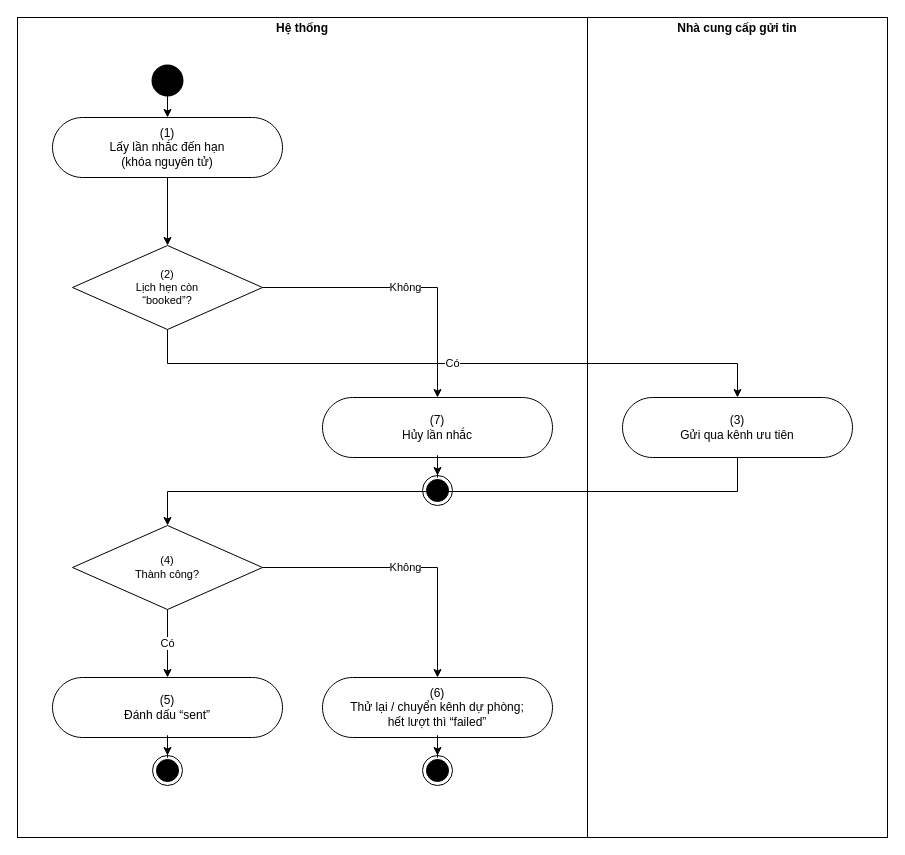
Earlier version of the draw.io diagram page "UC 51 Send the appointment reminder" (2 of 8) of docs/02-requirements/srs/dist/diagrams/10-activity-system.drawio (viethung12062005/smart-hospital-platform). Source tidied: cells renumbered, new cells numbered last; positions are measured from the earlier drawing's top-left corner, leaving out a move shared by most shapes. Both pictures are drawn from the tidied source at 100%, with x=0, y=0 at pixel (17, 17).
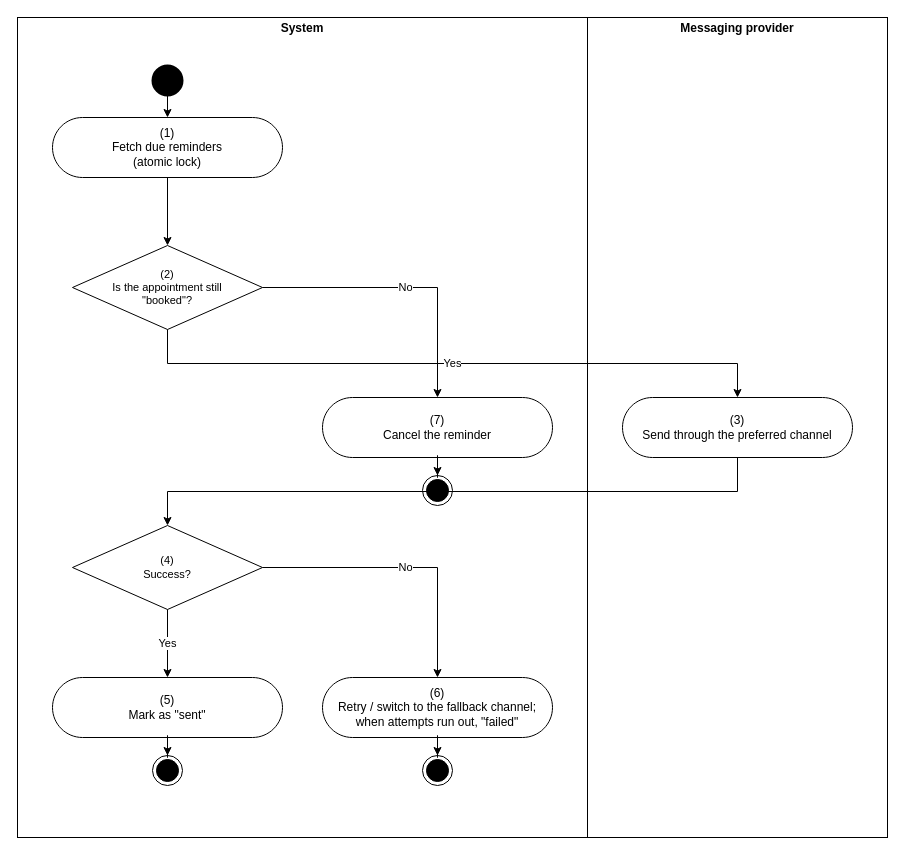
After the change.

Change to the diagram source:
```diff
@@
-    <mxCell id="2" value="&lt;p style=&quot;margin:0px;margin-top:4px;text-align:center&quot;&gt;&lt;b&gt;Hệ thống&lt;/b&gt;&lt;/p&gt;" style="verticalAlign=top;align=left;overflow=fill;fontSize=12;fontFamily=Helvetica;html=1;rounded=0;shadow=0;strokeColor=#000000;gradientColor=none;whiteSpace=wrap;" parent="1" vertex="1">
+    <mxCell id="2" value="&lt;p style=&quot;margin:0px;margin-top:4px;text-align:center&quot;&gt;&lt;b&gt;System&lt;/b&gt;&lt;/p&gt;" style="verticalAlign=top;align=left;overflow=fill;fontSize=12;fontFamily=Helvetica;html=1;rounded=0;shadow=0;strokeColor=#000000;gradientColor=none;whiteSpace=wrap;" parent="1" vertex="1">
       <mxGeometry width="570" height="820" as="geometry" />
     </mxCell>
-    <mxCell id="3" value="&lt;p style=&quot;margin:0px;margin-top:4px;text-align:center&quot;&gt;&lt;b&gt;Nhà cung cấp gửi tin&lt;/b&gt;&lt;/p&gt;" style="verticalAlign=top;align=left;overflow=fill;fontSize=12;fontFamily=Helvetica;html=1;rounded=0;shadow=0;strokeColor=#000000;gradientColor=none;whiteSpace=wrap;" parent="1" vertex="1">
+    <mxCell id="3" value="&lt;p style=&quot;margin:0px;margin-top:4px;text-align:center&quot;&gt;&lt;b&gt;Messaging provider&lt;/b&gt;&lt;/p&gt;" style="verticalAlign=top;align=left;overflow=fill;fontSize=12;fontFamily=Helvetica;html=1;rounded=0;shadow=0;strokeColor=#000000;gradientColor=none;whiteSpace=wrap;" parent="1" vertex="1">
       <mxGeometry x="570" width="300" height="820" as="geometry" />
     </mxCell>
-    <mxCell id="4" value="(1)&lt;br&gt;Lấy lần nhắc đến hạn&lt;br&gt;(khóa nguyên tử)" style="html=1;dashed=0;whitespace=wrap;shape=mxgraph.dfd.start;rounded=0;shadow=0;strokeColor=#000000;gradientColor=none;whiteSpace=wrap;fontSize=12;" parent="1" vertex="1">
+    <mxCell id="4" value="(1)&lt;br&gt;Fetch due reminders&lt;br&gt;(atomic lock)" style="html=1;dashed=0;whitespace=wrap;shape=mxgraph.dfd.start;rounded=0;shadow=0;strokeColor=#000000;gradientColor=none;whiteSpace=wrap;fontSize=12;" parent="1" vertex="1">
       <mxGeometry x="35" y="100" width="230" height="60" as="geometry" />
     </mxCell>
-    <mxCell id="5" value="(2)&lt;br&gt;Lịch hẹn còn&lt;br&gt;“booked”?" style="rhombus;html=1;whiteSpace=wrap;strokeColor=#000000;fontSize=11;" parent="1" vertex="1">
+    <mxCell id="5" value="(2)&lt;br&gt;Is the appointment still&lt;br&gt;&amp;quot;booked&amp;quot;?" style="rhombus;html=1;whiteSpace=wrap;strokeColor=#000000;fontSize=11;" parent="1" vertex="1">
       <mxGeometry x="55" y="228" width="190" height="84" as="geometry" />
     </mxCell>
-    <mxCell id="6" value="(3)&lt;br&gt;Gửi qua kênh ưu tiên" style="html=1;dashed=0;whitespace=wrap;shape=mxgraph.dfd.start;rounded=0;shadow=0;strokeColor=#000000;gradientColor=none;whiteSpace=wrap;fontSize=12;" parent="1" vertex="1">
+    <mxCell id="6" value="(3)&lt;br&gt;Send through the preferred channel" style="html=1;dashed=0;whitespace=wrap;shape=mxgraph.dfd.start;rounded=0;shadow=0;strokeColor=#000000;gradientColor=none;whiteSpace=wrap;fontSize=12;" parent="1" vertex="1">
       <mxGeometry x="605" y="380" width="230" height="60" as="geometry" />
     </mxCell>
-    <mxCell id="7" value="(4)&lt;br&gt;Thành công?" style="rhombus;html=1;whiteSpace=wrap;strokeColor=#000000;fontSize=11;" parent="1" vertex="1">
+    <mxCell id="7" value="(4)&lt;br&gt;Success?" style="rhombus;html=1;whiteSpace=wrap;strokeColor=#000000;fontSize=11;" parent="1" vertex="1">
       <mxGeometry x="55" y="508" width="190" height="84" as="geometry" />
     </mxCell>
-    <mxCell id="8" value="(5)&lt;br&gt;Đánh dấu “sent”" style="html=1;dashed=0;whitespace=wrap;shape=mxgraph.dfd.start;rounded=0;shadow=0;strokeColor=#000000;gradientColor=none;whiteSpace=wrap;fontSize=12;" parent="1" vertex="1">
+    <mxCell id="8" value="(5)&lt;br&gt;Mark as &amp;quot;sent&amp;quot;" style="html=1;dashed=0;whitespace=wrap;shape=mxgraph.dfd.start;rounded=0;shadow=0;strokeColor=#000000;gradientColor=none;whiteSpace=wrap;fontSize=12;" parent="1" vertex="1">
       <mxGeometry x="35" y="660" width="230" height="60" as="geometry" />
     </mxCell>
-    <mxCell id="9" value="(6)&lt;br&gt;Thử lại / chuyển kênh dự phòng;&lt;br&gt;hết lượt thì “failed”" style="html=1;dashed=0;whitespace=wrap;shape=mxgraph.dfd.start;rounded=0;shadow=0;strokeColor=#000000;gradientColor=none;whiteSpace=wrap;fontSize=12;" parent="1" vertex="1">
+    <mxCell id="9" value="(6)&lt;br&gt;Retry / switch to the fallback channel;&lt;br&gt;when attempts run out, &amp;quot;failed&amp;quot;" style="html=1;dashed=0;whitespace=wrap;shape=mxgraph.dfd.start;rounded=0;shadow=0;strokeColor=#000000;gradientColor=none;whiteSpace=wrap;fontSize=12;" parent="1" vertex="1">
       <mxGeometry x="305" y="660" width="230" height="60" as="geometry" />
     </mxCell>
-    <mxCell id="10" value="(7)&lt;br&gt;Hủy lần nhắc" style="html=1;dashed=0;whitespace=wrap;shape=mxgraph.dfd.start;rounded=0;shadow=0;strokeColor=#000000;gradientColor=none;whiteSpace=wrap;fontSize=12;" parent="1" vertex="1">
+    <mxCell id="10" value="(7)&lt;br&gt;Cancel the reminder" style="html=1;dashed=0;whitespace=wrap;shape=mxgraph.dfd.start;rounded=0;shadow=0;strokeColor=#000000;gradientColor=none;whiteSpace=wrap;fontSize=12;" parent="1" vertex="1">
       <mxGeometry x="305" y="380" width="230" height="60" as="geometry" />
     </mxCell>
@@
-    <mxCell id="14" value="Có" style="edgeStyle=orthogonalEdgeStyle;rounded=0;jettySize=auto;html=1;exitX=0.5;exitY=1;exitDx=0;exitDy=0;entryX=0.5;entryY=0;entryDx=0;entryDy=0;" parent="1" edge="1" source="5" target="6">
+    <mxCell id="14" value="Yes" style="edgeStyle=orthogonalEdgeStyle;rounded=0;jettySize=auto;html=1;exitX=0.5;exitY=1;exitDx=0;exitDy=0;entryX=0.5;entryY=0;entryDx=0;entryDy=0;" parent="1" edge="1" source="5" target="6">
       <mxGeometry relative="1" as="geometry" />
     </mxCell>
-    <mxCell id="15" value="Không" style="edgeStyle=orthogonalEdgeStyle;rounded=0;jettySize=auto;html=1;exitX=1;exitY=0.5;exitDx=0;exitDy=0;entryX=0.5;entryY=0;entryDx=0;entryDy=0;" parent="1" edge="1" source="5" target="10">
+    <mxCell id="15" value="No" style="edgeStyle=orthogonalEdgeStyle;rounded=0;jettySize=auto;html=1;exitX=1;exitY=0.5;exitDx=0;exitDy=0;entryX=0.5;entryY=0;entryDx=0;entryDy=0;" parent="1" edge="1" source="5" target="10">
       <mxGeometry relative="1" as="geometry" />
     </mxCell>
@@
-    <mxCell id="17" value="Có" style="edgeStyle=orthogonalEdgeStyle;rounded=0;jettySize=auto;html=1;exitX=0.5;exitY=1;exitDx=0;exitDy=0;entryX=0.5;entryY=0;entryDx=0;entryDy=0;" parent="1" edge="1" source="7" target="8">
+    <mxCell id="17" value="Yes" style="edgeStyle=orthogonalEdgeStyle;rounded=0;jettySize=auto;html=1;exitX=0.5;exitY=1;exitDx=0;exitDy=0;entryX=0.5;entryY=0;entryDx=0;entryDy=0;" parent="1" edge="1" source="7" target="8">
       <mxGeometry relative="1" as="geometry" />
     </mxCell>
-    <mxCell id="18" value="Không" style="edgeStyle=orthogonalEdgeStyle;rounded=0;jettySize=auto;html=1;exitX=1;exitY=0.5;exitDx=0;exitDy=0;entryX=0.5;entryY=0;entryDx=0;entryDy=0;" parent="1" edge="1" source="7" target="9">
+    <mxCell id="18" value="No" style="edgeStyle=orthogonalEdgeStyle;rounded=0;jettySize=auto;html=1;exitX=1;exitY=0.5;exitDx=0;exitDy=0;entryX=0.5;entryY=0;entryDx=0;entryDy=0;" parent="1" edge="1" source="7" target="9">
       <mxGeometry relative="1" as="geometry" />
     </mxCell>
```
